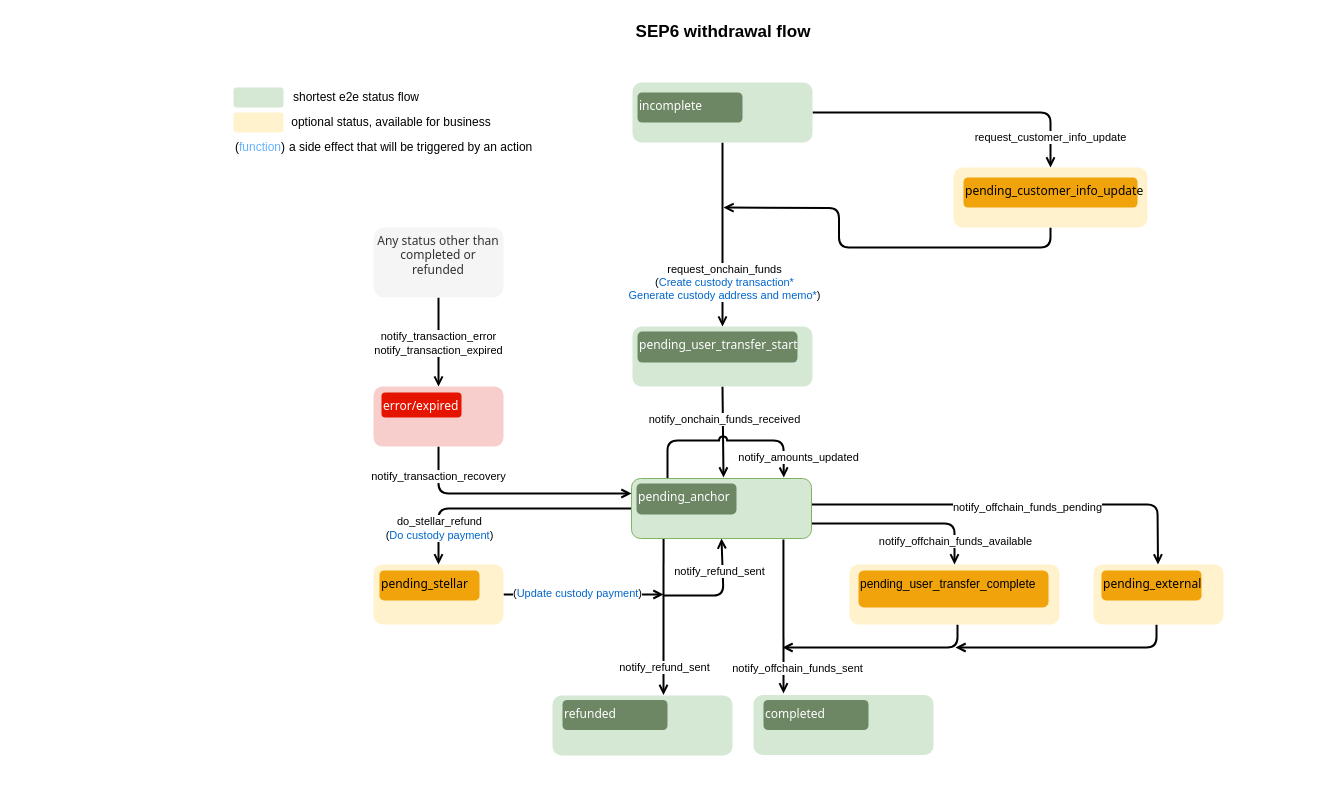
The draw.io diagram page "Sep-6 - withdraw v0.1" (5 of 5) of static/definitions/sep6_24_31_status_transition_diagrams.drawio in stellar/stellar-docs, before the edit. Source tidied: cells renumbered, new cells numbered last; positions are measured from the earlier drawing's top-left corner, leaving out a move shared by most shapes. Both pictures are drawn from the tidied source at 100%, with x=0, y=0 at pixel (17, 17).
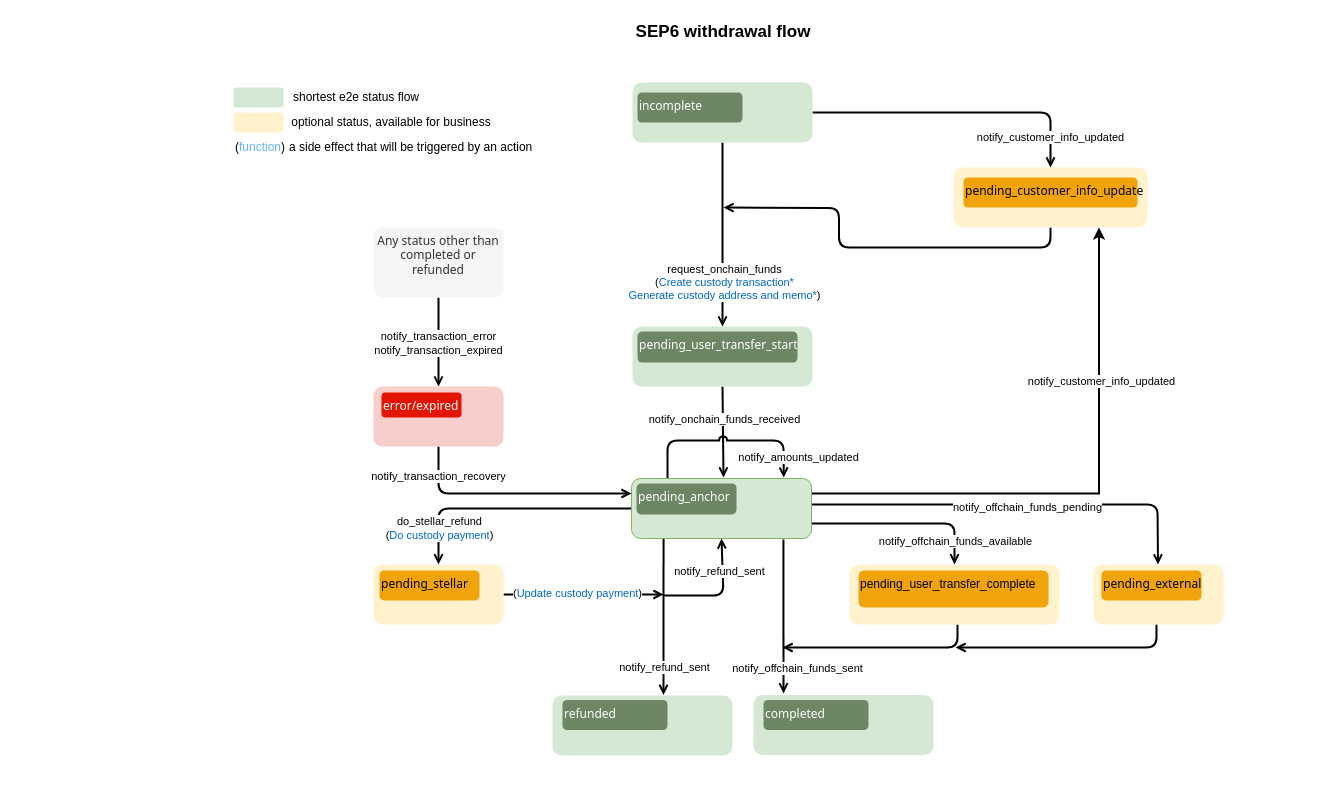
The same diagram, later.

Unchanged cells that the change refers to:
```xml
<mxCell id="22" style="edgeStyle=orthogonalEdgeStyle;rounded=1;jettySize=auto;html=1;exitX=1;exitY=0.5;exitDx=0;exitDy=0;strokeWidth=2;endArrow=open;endFill=0;" parent="1" edge="1" source="24" target="29">
  <mxGeometry relative="1" as="geometry" />
</mxCell>
<mxCell id="29" style="rounded=1;whiteSpace=wrap;html=1;fillColor=#fff2cc;strokeColor=none;" parent="1" vertex="1">
  <mxGeometry x="936" y="150" width="194" height="60" as="geometry" />
</mxCell>
<mxCell id="48" style="rounded=1;whiteSpace=wrap;html=1;fillColor=#d5e8d4;strokeColor=#82b366;" parent="1" vertex="1">
  <mxGeometry x="614" y="461" width="180" height="60" as="geometry" />
</mxCell>
```

What changed in the source:
```diff
@@
-    <mxCell id="23" value="request_customer_info_update" style="edgeLabel;html=1;align=center;verticalAlign=middle;" parent="22" vertex="1">
+    <mxCell id="23" value="notify_customer_info_updated" style="edgeLabel;html=1;align=center;verticalAlign=middle;" parent="22" vertex="1">
       <mxGeometry x="0.79" y="-1" relative="1" as="geometry" />
     </mxCell>
@@
+    <mxCell id="61" style="edgeStyle=orthogonalEdgeStyle;rounded=0;jettySize=auto;html=1;exitX=1;exitY=0.25;exitDx=0;exitDy=0;entryX=0.75;entryY=1;entryDx=0;entryDy=0;strokeWidth=2;" parent="1" edge="1" source="48" target="29">
+      <mxGeometry relative="1" as="geometry" />
+    </mxCell>
+    <mxCell id="62" value="notify_customer_info_updated" style="edgeLabel;html=1;align=center;verticalAlign=middle;" parent="61" vertex="1">
+      <mxGeometry x="0.45" y="-1" relative="1" as="geometry">
+        <mxPoint x="1" y="1" as="offset" />
+      </mxGeometry>
+    </mxCell>
```
